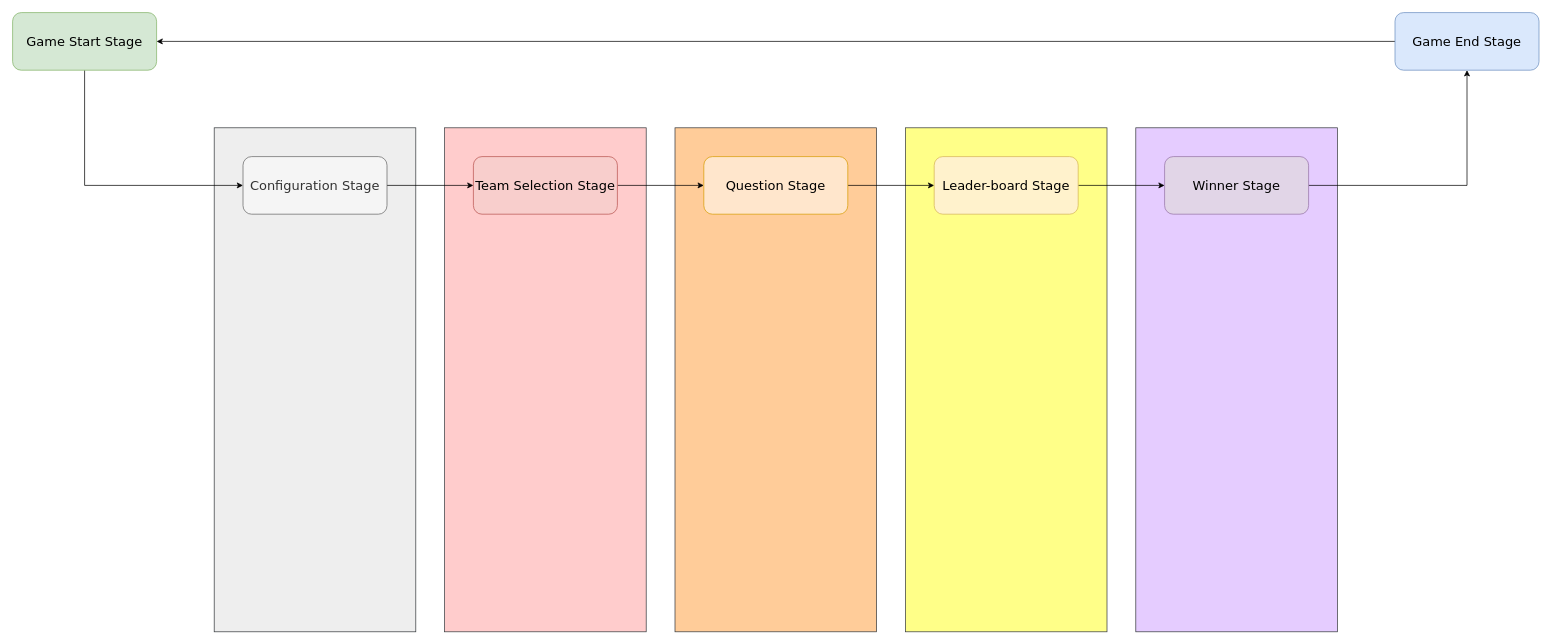
The draw.io diagram Dragon_Quest-Game_Design.drawio in Aviator2276/Dragon_Quest_Game, before the edit. Source tidied: cells renumbered, new cells numbered last; positions are measured from the earlier drawing's top-left corner, leaving out a move shared by most shapes. Both pictures are drawn from the tidied source at 72%, with x=0, y=0 at pixel (12, 12).
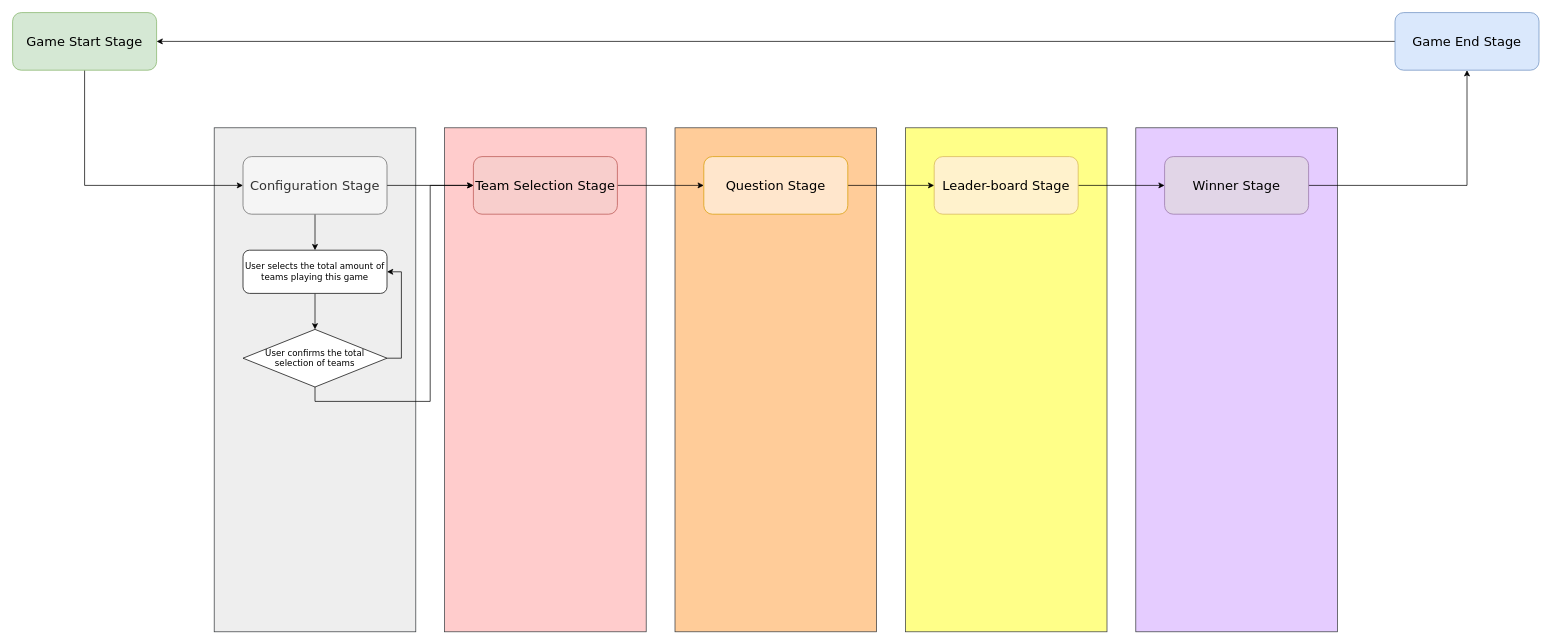
The same page after the edit.

Unchanged cells that the change refers to:
```xml
<mxCell id="10" value="&lt;font style=&quot;font-size: 18px;&quot;&gt;&lt;font style=&quot;font-size: 18px;&quot;&gt;Configuration Stage&lt;/font&gt;&lt;font style=&quot;font-size: 18px;&quot;&gt;&lt;br style=&quot;font-size: 18px;&quot;&gt;&lt;/font&gt;&lt;/font&gt;" style="rounded=1;whiteSpace=wrap;html=1;fillColor=#f5f5f5;strokeColor=#666666;fontFamily=Verdana;fontSize=18;fontColor=#333333;" parent="1" vertex="1">
  <mxGeometry x="320" y="200" width="200" height="80" as="geometry" />
</mxCell>
<mxCell id="12" value="Team Selection Stage" style="rounded=1;whiteSpace=wrap;html=1;fillColor=#f8cecc;strokeColor=#b85450;fontFamily=Verdana;fontSize=18;" parent="1" vertex="1">
  <mxGeometry x="640" y="200" width="200" height="80" as="geometry" />
</mxCell>
```

What changed in the source:
```diff
@@
+    <mxCell id="21" style="edgeStyle=orthogonalEdgeStyle;rounded=0;jettySize=auto;html=1;" parent="1" edge="1" source="10" target="26">
+      <mxGeometry relative="1" as="geometry" />
+    </mxCell>
@@
+    <mxCell id="22" style="edgeStyle=orthogonalEdgeStyle;rounded=0;jettySize=auto;html=1;" parent="1" edge="1" source="24" target="26">
+      <mxGeometry relative="1" as="geometry">
+        <Array as="points">
+          <mxPoint x="540" y="480" />
+          <mxPoint x="540" y="360" />
+        </Array>
+      </mxGeometry>
+    </mxCell>
+    <mxCell id="23" style="edgeStyle=orthogonalEdgeStyle;rounded=0;jettySize=auto;html=1;" parent="1" edge="1" source="24" target="12">
+      <mxGeometry relative="1" as="geometry">
+        <Array as="points">
+          <mxPoint x="420" y="540" />
+          <mxPoint x="580" y="540" />
+          <mxPoint x="580" y="240" />
+        </Array>
+      </mxGeometry>
+    </mxCell>
+    <mxCell id="24" value="&lt;div&gt;User confirms the total&lt;br&gt;&lt;/div&gt;&lt;div&gt;selection of teams&lt;br&gt;&lt;/div&gt;" style="rhombus;whiteSpace=wrap;html=1;fontFamily=Verdana;" parent="1" vertex="1">
+      <mxGeometry x="320" y="440" width="200" height="80" as="geometry" />
+    </mxCell>
+    <mxCell id="25" style="edgeStyle=orthogonalEdgeStyle;rounded=0;jettySize=auto;html=1;" parent="1" edge="1" source="26" target="24">
+      <mxGeometry relative="1" as="geometry" />
+    </mxCell>
+    <mxCell id="26" value="User selects the total amount of teams playing this game" style="rounded=1;whiteSpace=wrap;html=1;fontFamily=Verdana;" parent="1" vertex="1">
+      <mxGeometry x="320" y="330" width="200" height="60" as="geometry" />
+    </mxCell>
```
